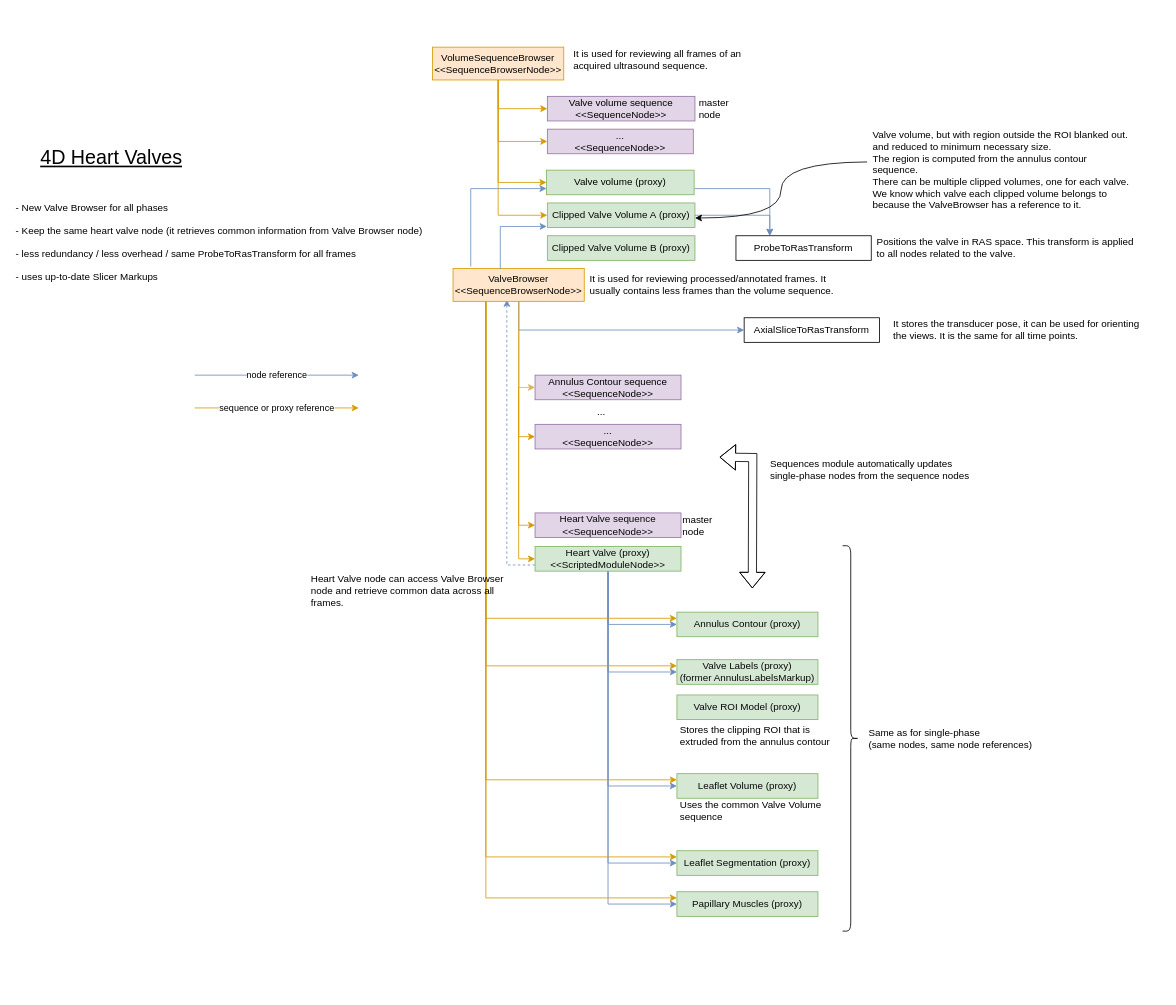
Above: Docs/HeartValveSequenceDesign.drawio in SlicerHeart/SlicerHeart (draw.io), before the change. Source tidied: cells renumbered, new cells numbered last; positions are measured from the earlier drawing's top-left corner, leaving out a move shared by most shapes. Both pictures are drawn from the tidied source at 82%, with x=0, y=0 at pixel (14, 47).
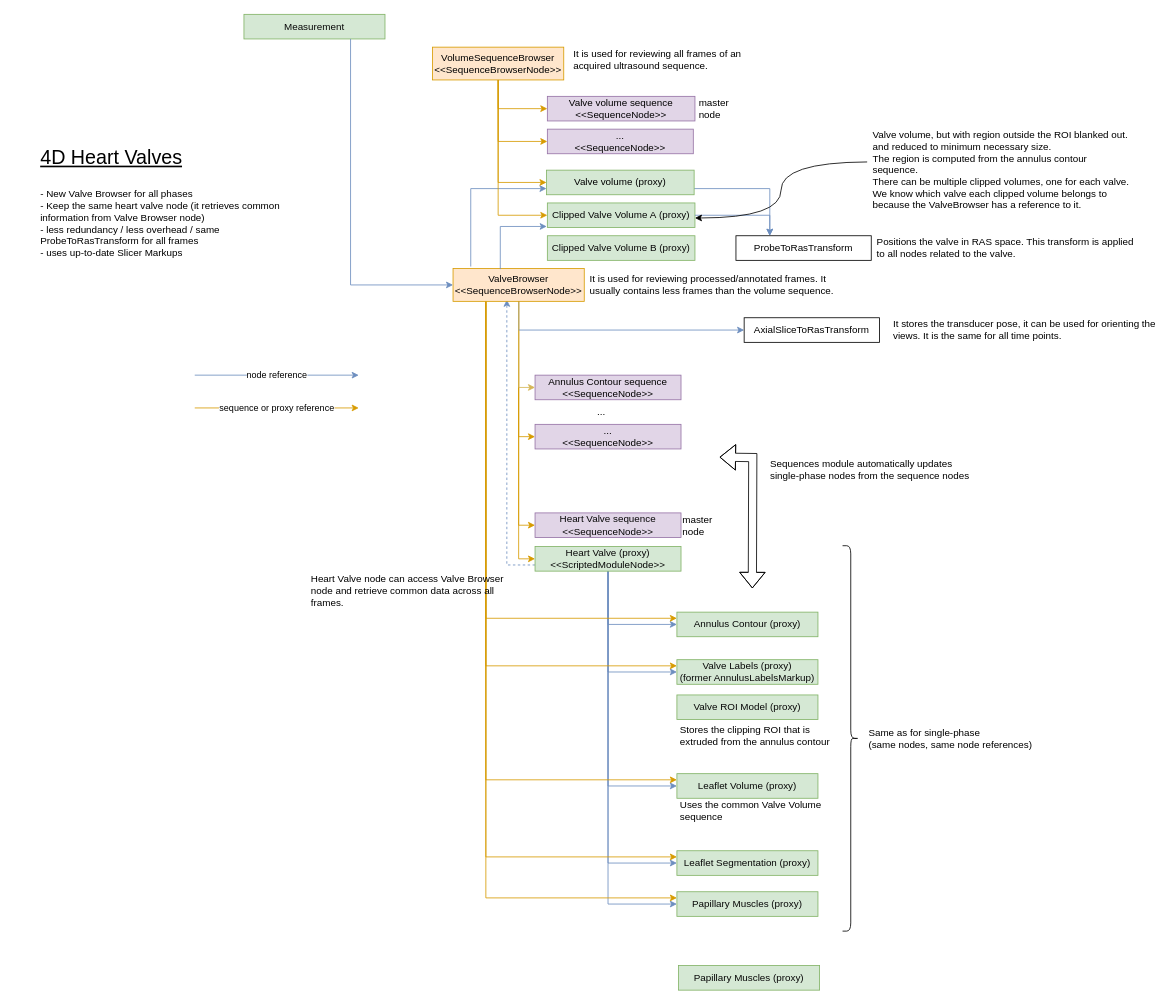
Above is the later version.

Commit message:
Update design diagram

The change refers to these unchanged cells:
```xml
<mxCell id="26" value="ValveBrowser&lt;br&gt;&amp;lt;&amp;lt;SequenceBrowserNode&amp;gt;&amp;gt;" style="whiteSpace=wrap;html=1;fillColor=#ffe6cc;strokeColor=#d79b00;fontColor=#030303;" parent="1" vertex="1">
  <mxGeometry x="535" y="270" width="160" height="40" as="geometry" />
</mxCell>
```

The edit, as a diff of the source:
```diff
@@
-    <mxCell id="30" value="&lt;p style=&quot;line-height: 100%;&quot;&gt;&lt;font style=&quot;font-size: 12px;&quot;&gt;- New&lt;span style=&quot;text-align: center;&quot;&gt;&amp;nbsp;Valve Browser for all phases&lt;br&gt;- Keep the same heart valve node (it retrieves common information from Valve Browser node)&lt;br&gt;&lt;/span&gt;- less redundancy / less overhead / same ProbeToRasTransform for all frames&lt;br&gt;- uses up-to-date Slicer Markups&lt;br&gt;&lt;/font&gt;&lt;/p&gt;" style="text;html=1;align=left;verticalAlign=middle;strokeColor=none;fillColor=none;fontSize=24;" parent="1" vertex="1">
-      <mxGeometry y="150" width="520" height="170" as="geometry" />
-    </mxCell>
@@
     <mxCell id="49" value="It stores the transducer pose, it can be used for orienting the views. It is the same for all time points." style="text;html=1;strokeColor=none;fillColor=none;align=left;verticalAlign=middle;whiteSpace=wrap;rounded=0;" parent="1" vertex="1">
-      <mxGeometry x="1070" y="330" width="320" height="30" as="geometry" />
+      <mxGeometry x="1070" y="330" width="330" height="30" as="geometry" />
     </mxCell>
@@
+    <mxCell id="65" value="Measurement" style="whiteSpace=wrap;html=1;fillColor=#d5e8d4;strokeColor=#82b366;fontColor=#080808;" parent="1" vertex="1">
+      <mxGeometry x="280" y="-40" width="172" height="30" as="geometry" />
+    </mxCell>
+    <mxCell id="66" style="edgeStyle=orthogonalEdgeStyle;rounded=0;jettySize=auto;html=1;fillColor=#dae8fc;strokeColor=#6c8ebf;" parent="1" edge="1" source="65" target="26">
+      <mxGeometry relative="1" as="geometry">
+        <Array as="points">
+          <mxPoint x="410" y="290" />
+        </Array>
+      </mxGeometry>
+    </mxCell>
+    <mxCell id="30" value="- New&lt;span style=&quot;text-align: center;&quot;&gt;&amp;nbsp;Valve Browser for all phases&lt;br&gt;- Keep the same heart valve node (it retrieves common information from Valve Browser node)&lt;br&gt;&lt;/span&gt;&lt;span style=&quot;&quot;&gt;- less redundancy / less overhead / same ProbeToRasTransform for all frames&lt;/span&gt;&lt;br style=&quot;&quot;&gt;&lt;span style=&quot;&quot;&gt;- uses up-to-date Slicer Markups&lt;/span&gt;" style="text;html=1;strokeColor=none;fillColor=none;align=left;verticalAlign=middle;whiteSpace=wrap;rounded=0;fixDash=0;" parent="1" vertex="1">
+      <mxGeometry x="30" y="160" width="330" height="110" as="geometry" />
+    </mxCell>
+    <mxCell id="67" value="Papillary Muscles&amp;nbsp;(proxy)" style="rounded=0;whiteSpace=wrap;html=1;fillColor=#d5e8d4;strokeColor=#82b366;fontColor=#080808;" parent="1" vertex="1">
+      <mxGeometry x="810" y="1120" width="172" height="30" as="geometry" />
+    </mxCell>
```
